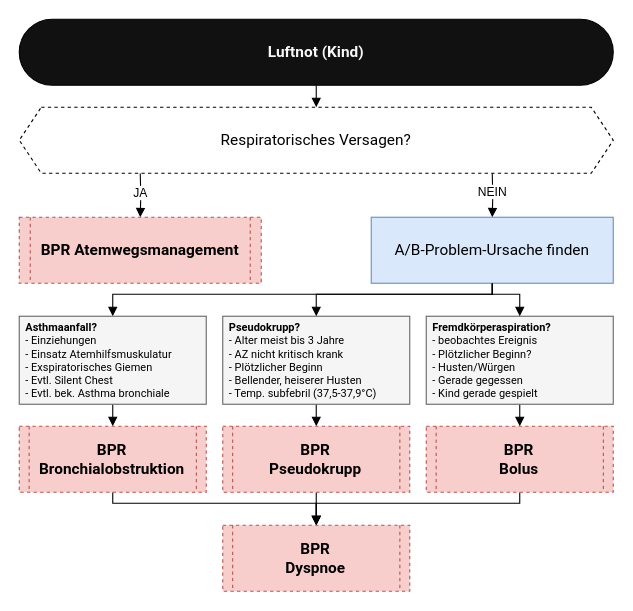
This is assets/flows/dyspnoekind.drawio from steiiin/notsan-app, a draw.io file, before an edit. Source tidied: cells renumbered, new cells numbered last; positions are measured from the earlier drawing's top-left corner, leaving out a move shared by most shapes. Both pictures are drawn from the tidied source at 110%, with x=0, y=0 at pixel (19, 19).
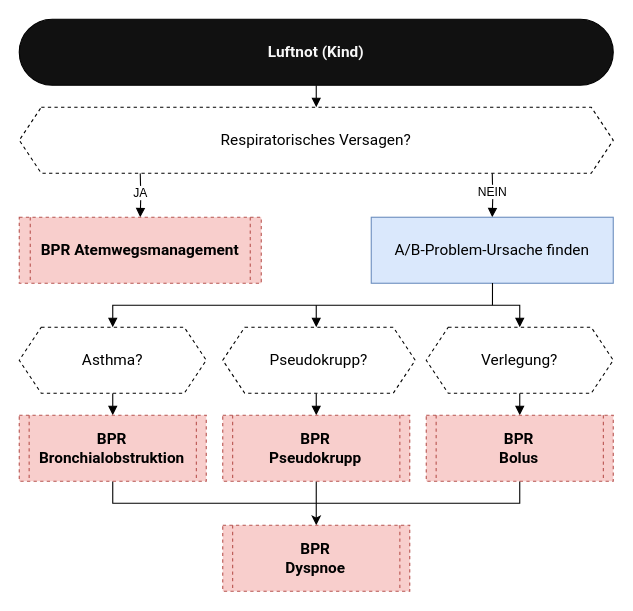
The same page after the edit.

Unchanged cells that the change refers to:
```xml
<mxCell id="15" value="A/B-Problem-Ursache finden" style="rounded=0;whiteSpace=wrap;html=1;fillColor=#dae8fc;strokeColor=#6c8ebf;fontFamily=&quot;Roboto&quot;, &quot;Helvetica Neue&quot;, sans-serif;fontSize=14;fontColor=default;labelBackgroundColor=none;" parent="1" vertex="1">
  <mxGeometry x="320" y="180" width="220" height="60" as="geometry" />
</mxCell>
<mxCell id="24" value="BPR&lt;br&gt;Dyspnoe" style="shape=process;whiteSpace=wrap;html=1;backgroundOutline=1;size=0.05555555555555555;fillColor=#f8cecc;strokeColor=#b85450;fontFamily=&quot;Roboto&quot;, &quot;Helvetica Neue&quot;, sans-serif;fontStyle=1;fontSize=14;textShadow=0;dashed=1;labelBackgroundColor=none;fontColor=default;" parent="1" vertex="1">
  <mxGeometry x="185" y="460" width="170" height="60" as="geometry" />
</mxCell>
```

Change to the diagram source:
```diff
@@
-    <mxCell id="10" style="edgeStyle=orthogonalEdgeStyle;shape=connector;rounded=0;jettySize=auto;html=1;exitX=0.5;exitY=1;exitDx=0;exitDy=0;entryX=0.5;entryY=0;entryDx=0;entryDy=0;strokeColor=default;align=center;verticalAlign=middle;fontFamily=Helvetica;fontSize=11;fontColor=default;labelBackgroundColor=default;endArrow=block;endFill=1;" parent="1" edge="1" source="11" target="13">
-      <mxGeometry relative="1" as="geometry" />
+    <mxCell id="10" style="edgeStyle=orthogonalEdgeStyle;shape=connector;rounded=0;jettySize=auto;html=1;exitX=0.5;exitY=1;exitDx=0;exitDy=0;entryX=0.5;entryY=0;entryDx=0;entryDy=0;strokeColor=default;align=center;verticalAlign=middle;fontFamily=Helvetica;fontSize=11;fontColor=default;labelBackgroundColor=default;endArrow=block;endFill=1;" parent="1" edge="1" target="13">
+      <mxGeometry relative="1" as="geometry">
+        <mxPoint x="455" y="340" as="sourcePoint" />
+      </mxGeometry>
     </mxCell>
-    <mxCell id="11" value="&lt;b&gt;Fremdkörperaspiration?&lt;/b&gt;&lt;div&gt;- beobachtes Ereignis&lt;br&gt;- Plötzlicher Beginn?&lt;br&gt;- Husten/Würgen&lt;br&gt;- Gerade gegessen &lt;br&gt;&lt;div style=&quot;&quot;&gt;&lt;span style=&quot;background-color: transparent;&quot;&gt;&lt;font&gt;- Kind gerade gespielt&lt;/font&gt;&lt;/span&gt;&lt;/div&gt;&lt;/div&gt;" style="rounded=0;whiteSpace=wrap;html=1;fillColor=#f5f5f5;strokeColor=#666666;fontFamily=&quot;Roboto&quot;, &quot;Helvetica Neue&quot;, sans-serif;fontSize=10;fontColor=default;labelBackgroundColor=none;align=left;spacingLeft=4;" parent="1" vertex="1">
-      <mxGeometry x="370" y="270" width="170" height="80" as="geometry" />
-    </mxCell>
-    <mxCell id="12" style="edgeStyle=orthogonalEdgeStyle;shape=connector;rounded=0;jettySize=auto;html=1;entryX=0.5;entryY=0;entryDx=0;entryDy=0;strokeColor=default;align=center;verticalAlign=middle;fontFamily=Helvetica;fontSize=11;fontColor=default;labelBackgroundColor=default;endArrow=block;endFill=1;" parent="1" edge="1" source="13" target="24">
-      <mxGeometry relative="1" as="geometry">
-        <Array as="points">
-          <mxPoint x="455" y="440" />
-          <mxPoint x="270" y="440" />
-        </Array>
-      </mxGeometry>
-    </mxCell>
+    <mxCell id="27" style="edgeStyle=orthogonalEdgeStyle;rounded=0;jettySize=auto;html=1;endArrow=none;endFill=0;" parent="1" edge="1" source="13">
+      <mxGeometry relative="1" as="geometry">
+        <mxPoint x="270" y="440" as="targetPoint" />
+        <Array as="points">
+          <mxPoint x="455" y="440" />
+        </Array>
+      </mxGeometry>
+    </mxCell>
     <mxCell id="13" value="BPR&lt;br&gt;Bolus" style="shape=process;whiteSpace=wrap;html=1;backgroundOutline=1;size=0.05555555555555555;fillColor=#f8cecc;strokeColor=#b85450;fontFamily=&quot;Roboto&quot;, &quot;Helvetica Neue&quot;, sans-serif;fontStyle=1;fontSize=14;textShadow=0;dashed=1;labelBackgroundColor=none;fontColor=default;" parent="1" vertex="1">
-      <mxGeometry x="370" y="370" width="170" height="60" as="geometry" />
+      <mxGeometry x="370" y="360" width="170" height="60" as="geometry" />
     </mxCell>
-    <mxCell id="14" style="edgeStyle=orthogonalEdgeStyle;shape=connector;rounded=0;jettySize=auto;html=1;strokeColor=default;align=center;verticalAlign=middle;fontFamily=Helvetica;fontSize=11;fontColor=default;labelBackgroundColor=default;endArrow=block;endFill=1;" parent="1" edge="1" source="15" target="21">
+    <mxCell id="14" style="edgeStyle=orthogonalEdgeStyle;shape=connector;rounded=0;orthogonalLoop=1;jettySize=auto;html=1;strokeColor=default;align=center;verticalAlign=middle;fontFamily=Helvetica;fontSize=11;fontColor=default;labelBackgroundColor=default;endArrow=block;endFill=1;" parent="1" edge="1">
       <mxGeometry relative="1" as="geometry">
+        <mxPoint x="430" y="260" as="sourcePoint" />
+        <mxPoint x="85" y="280" as="targetPoint" />
         <Array as="points">
-          <mxPoint x="430" y="250" />
-          <mxPoint x="85" y="250" />
+          <mxPoint x="430" y="260" />
+          <mxPoint x="85" y="260" />
         </Array>
       </mxGeometry>
     </mxCell>
@@
-    <mxCell id="16" style="edgeStyle=orthogonalEdgeStyle;shape=connector;rounded=0;jettySize=auto;html=1;exitX=0.5;exitY=1;exitDx=0;exitDy=0;entryX=0.5;entryY=0;entryDx=0;entryDy=0;strokeColor=default;align=center;verticalAlign=middle;fontFamily=Helvetica;fontSize=11;fontColor=default;labelBackgroundColor=default;endArrow=block;endFill=1;" parent="1" edge="1" source="17" target="19">
-      <mxGeometry relative="1" as="geometry" />
+    <mxCell id="16" style="edgeStyle=orthogonalEdgeStyle;shape=connector;rounded=0;jettySize=auto;html=1;exitX=0.5;exitY=1;exitDx=0;exitDy=0;entryX=0.5;entryY=0;entryDx=0;entryDy=0;strokeColor=default;align=center;verticalAlign=middle;fontFamily=Helvetica;fontSize=11;fontColor=default;labelBackgroundColor=default;endArrow=block;endFill=1;" parent="1" edge="1" target="19">
+      <mxGeometry relative="1" as="geometry">
+        <mxPoint x="270" y="340" as="sourcePoint" />
+      </mxGeometry>
     </mxCell>
-    <mxCell id="17" value="&lt;b&gt;Pseudokrupp?&lt;/b&gt;&lt;div&gt;- Alter meist bis 3 Jahre&lt;br&gt;- AZ nicht kritisch krank&lt;/div&gt;&lt;div&gt;- Plötzlicher Beginn&lt;/div&gt;&lt;div&gt;- Bellender, heiserer Husten&lt;/div&gt;&lt;div&gt;- Temp. subfebril (37,5-37,9°C)&lt;/div&gt;" style="rounded=0;whiteSpace=wrap;html=1;fillColor=#f5f5f5;strokeColor=#666666;fontFamily=&quot;Roboto&quot;, &quot;Helvetica Neue&quot;, sans-serif;fontSize=10;fontColor=default;labelBackgroundColor=none;align=left;spacingLeft=4;" parent="1" vertex="1">
-      <mxGeometry x="185" y="270" width="170" height="80" as="geometry" />
-    </mxCell>
-    <mxCell id="18" style="edgeStyle=orthogonalEdgeStyle;shape=connector;rounded=0;jettySize=auto;html=1;entryX=0.5;entryY=0;entryDx=0;entryDy=0;strokeColor=default;align=center;verticalAlign=middle;fontFamily=Helvetica;fontSize=11;fontColor=default;labelBackgroundColor=default;endArrow=block;endFill=1;" parent="1" edge="1" source="19" target="24">
+    <mxCell id="18" style="edgeStyle=orthogonalEdgeStyle;rounded=0;jettySize=auto;html=1;entryX=0.5;entryY=0;entryDx=0;entryDy=0;" parent="1" edge="1" source="19" target="24">
       <mxGeometry relative="1" as="geometry" />
     </mxCell>
     <mxCell id="19" value="BPR&lt;br&gt;Pseudokrupp" style="shape=process;whiteSpace=wrap;html=1;backgroundOutline=1;size=0.05555555555555555;fillColor=#f8cecc;strokeColor=#b85450;fontFamily=&quot;Roboto&quot;, &quot;Helvetica Neue&quot;, sans-serif;fontStyle=1;fontSize=14;textShadow=0;dashed=1;labelBackgroundColor=none;fontColor=default;" parent="1" vertex="1">
-      <mxGeometry x="185" y="370" width="170" height="60" as="geometry" />
+      <mxGeometry x="185" y="360" width="170" height="60" as="geometry" />
     </mxCell>
-    <mxCell id="20" style="edgeStyle=orthogonalEdgeStyle;shape=connector;rounded=0;jettySize=auto;html=1;exitX=0.5;exitY=1;exitDx=0;exitDy=0;entryX=0.5;entryY=0;entryDx=0;entryDy=0;strokeColor=default;align=center;verticalAlign=middle;fontFamily=Helvetica;fontSize=11;fontColor=default;labelBackgroundColor=default;endArrow=block;endFill=1;" parent="1" edge="1" source="21" target="23">
-      <mxGeometry relative="1" as="geometry" />
+    <mxCell id="20" style="edgeStyle=orthogonalEdgeStyle;shape=connector;rounded=0;jettySize=auto;html=1;exitX=0.5;exitY=1;exitDx=0;exitDy=0;entryX=0.5;entryY=0;entryDx=0;entryDy=0;strokeColor=default;align=center;verticalAlign=middle;fontFamily=Helvetica;fontSize=11;fontColor=default;labelBackgroundColor=default;endArrow=block;endFill=1;" parent="1" edge="1" target="23">
+      <mxGeometry relative="1" as="geometry">
+        <mxPoint x="85" y="340" as="sourcePoint" />
+      </mxGeometry>
     </mxCell>
-    <mxCell id="21" value="&lt;b&gt;Asthmaanfall?&lt;/b&gt;&lt;div&gt;- Einziehungen&lt;br&gt;- Einsatz Atemhilfsmuskulatur&lt;/div&gt;&lt;div&gt;- Exspiratorisches Giemen&lt;/div&gt;&lt;div&gt;- Evtl. Silent Chest&lt;br&gt;&lt;/div&gt;&lt;div&gt;- Evtl. bek. Asthma bronchiale&lt;/div&gt;" style="rounded=0;whiteSpace=wrap;html=1;fillColor=#f5f5f5;strokeColor=#666666;fontFamily=&quot;Roboto&quot;, &quot;Helvetica Neue&quot;, sans-serif;fontSize=10;fontColor=default;labelBackgroundColor=none;align=left;spacingLeft=4;" parent="1" vertex="1">
-      <mxGeometry y="270" width="170" height="80" as="geometry" />
-    </mxCell>
-    <mxCell id="22" style="edgeStyle=orthogonalEdgeStyle;shape=connector;rounded=0;jettySize=auto;html=1;entryX=0.5;entryY=0;entryDx=0;entryDy=0;strokeColor=default;align=center;verticalAlign=middle;fontFamily=Helvetica;fontSize=11;fontColor=default;labelBackgroundColor=default;endArrow=block;endFill=1;" parent="1" edge="1" source="23" target="24">
-      <mxGeometry relative="1" as="geometry">
-        <Array as="points">
-          <mxPoint x="85" y="440" />
-          <mxPoint x="270" y="440" />
-        </Array>
-      </mxGeometry>
-    </mxCell>
+    <mxCell id="28" style="edgeStyle=orthogonalEdgeStyle;rounded=0;jettySize=auto;html=1;endArrow=none;endFill=0;" parent="1" edge="1" source="23">
+      <mxGeometry relative="1" as="geometry">
+        <mxPoint x="270" y="440" as="targetPoint" />
+        <Array as="points">
+          <mxPoint x="85" y="440" />
+        </Array>
+      </mxGeometry>
+    </mxCell>
     <mxCell id="23" value="BPR&lt;br&gt;Bronchialobstruktion" style="shape=process;whiteSpace=wrap;html=1;backgroundOutline=1;size=0.05555555555555555;fillColor=#f8cecc;strokeColor=#b85450;fontFamily=&quot;Roboto&quot;, &quot;Helvetica Neue&quot;, sans-serif;fontStyle=1;fontSize=14;textShadow=0;dashed=1;labelBackgroundColor=none;fontColor=default;" parent="1" vertex="1">
-      <mxGeometry y="370" width="170" height="60" as="geometry" />
+      <mxGeometry y="360" width="170" height="60" as="geometry" />
     </mxCell>
@@
-    <mxCell id="25" style="edgeStyle=orthogonalEdgeStyle;shape=connector;rounded=0;jettySize=auto;html=1;strokeColor=default;align=center;verticalAlign=middle;fontFamily=Helvetica;fontSize=11;fontColor=default;labelBackgroundColor=default;endArrow=block;endFill=1;entryX=0.5;entryY=0;entryDx=0;entryDy=0;" parent="1" edge="1" source="15" target="17">
-      <mxGeometry relative="1" as="geometry">
-        <Array as="points">
-          <mxPoint x="430" y="250" />
-          <mxPoint x="270" y="250" />
-        </Array>
-      </mxGeometry>
-    </mxCell>
-    <mxCell id="26" style="edgeStyle=orthogonalEdgeStyle;shape=connector;rounded=0;jettySize=auto;html=1;strokeColor=default;align=center;verticalAlign=middle;fontFamily=Helvetica;fontSize=11;fontColor=default;labelBackgroundColor=default;endArrow=block;endFill=1;" parent="1" edge="1" source="15">
+    <mxCell id="26" style="edgeStyle=orthogonalEdgeStyle;shape=connector;rounded=0;jettySize=auto;html=1;strokeColor=default;align=center;verticalAlign=middle;fontFamily=Helvetica;fontSize=11;fontColor=default;labelBackgroundColor=default;endArrow=block;endFill=1;exitX=0.501;exitY=0.998;exitDx=0;exitDy=0;exitPerimeter=0;" parent="1" edge="1" source="15">
       <mxGeometry relative="1" as="geometry">
-        <mxPoint x="455" y="270" as="targetPoint" />
+        <mxPoint x="455" y="280" as="targetPoint" />
         <Array as="points">
-          <mxPoint x="430" y="250" />
-          <mxPoint x="455" y="250" />
+          <mxPoint x="430" y="260" />
+          <mxPoint x="455" y="260" />
         </Array>
       </mxGeometry>
     </mxCell>
+    <mxCell id="29" value="Pseudokrupp?" style="shape=hexagon;perimeter=hexagonPerimeter2;whiteSpace=wrap;html=1;fixedSize=1;fontSize=14;fontFamily=&quot;Roboto&quot;, &quot;Helvetica Neue&quot;, sans-serif;size=20;dashed=1;fontColor=default;labelBackgroundColor=none;" parent="1" vertex="1">
+      <mxGeometry x="185" y="280" width="175" height="60" as="geometry" />
+    </mxCell>
+    <mxCell id="30" value="Verlegung?" style="shape=hexagon;perimeter=hexagonPerimeter2;whiteSpace=wrap;html=1;fixedSize=1;fontSize=14;fontFamily=&quot;Roboto&quot;, &quot;Helvetica Neue&quot;, sans-serif;size=20;dashed=1;fontColor=default;labelBackgroundColor=none;" parent="1" vertex="1">
+      <mxGeometry x="370" y="280" width="170" height="60" as="geometry" />
+    </mxCell>
+    <mxCell id="31" value="Asthma?" style="shape=hexagon;perimeter=hexagonPerimeter2;whiteSpace=wrap;html=1;fixedSize=1;fontSize=14;fontFamily=&quot;Roboto&quot;, &quot;Helvetica Neue&quot;, sans-serif;size=20;dashed=1;fontColor=default;labelBackgroundColor=none;" parent="1" vertex="1">
+      <mxGeometry y="280" width="170" height="60" as="geometry" />
+    </mxCell>
+    <mxCell id="32" style="edgeStyle=orthogonalEdgeStyle;shape=connector;rounded=0;orthogonalLoop=1;jettySize=auto;html=1;exitX=0.5;exitY=1;exitDx=0;exitDy=0;entryX=0.5;entryY=0;entryDx=0;entryDy=0;strokeColor=default;align=center;verticalAlign=middle;fontFamily=Helvetica;fontSize=11;fontColor=default;labelBackgroundColor=default;endArrow=block;endFill=1;" parent="1" edge="1">
+      <mxGeometry relative="1" as="geometry">
+        <mxPoint x="270" y="260" as="sourcePoint" />
+        <mxPoint x="270" y="280" as="targetPoint" />
+      </mxGeometry>
+    </mxCell>
```
